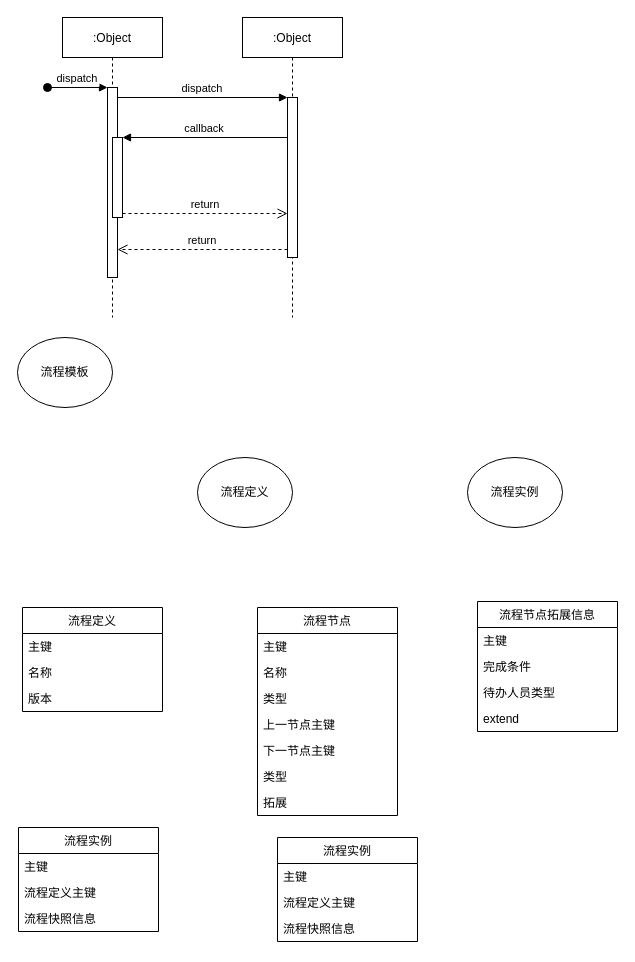
Before: 工作流.drawio in zzuklj/draw-io-respository, a draw.io diagram. Source tidied: cells renumbered, new cells numbered last; positions are measured from the earlier drawing's top-left corner, leaving out a move shared by most shapes. Both pictures are drawn from the tidied source at 100%, with x=0, y=0 at pixel (17, 17).
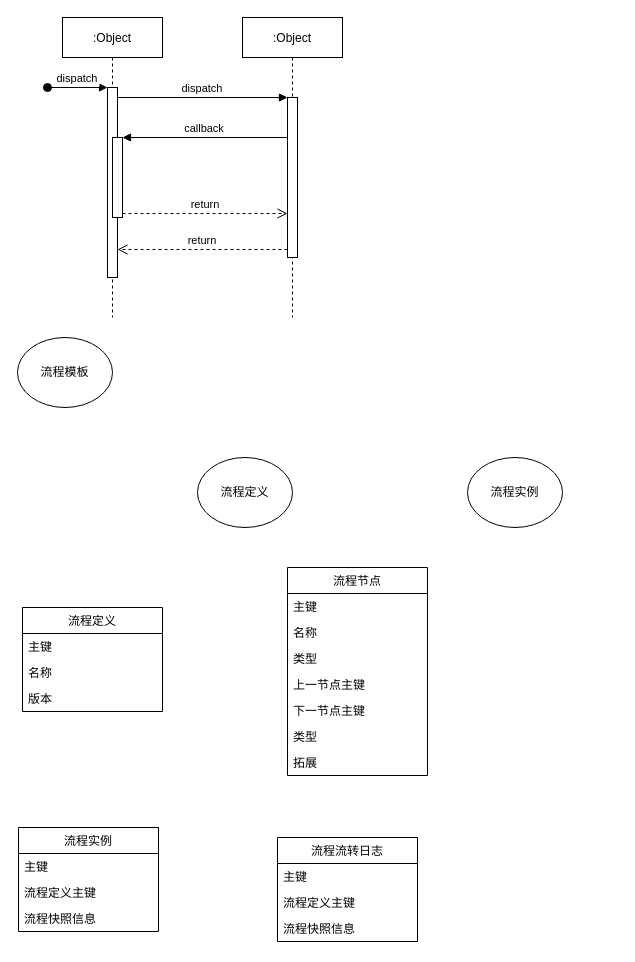
The same page after the edit.

Commit message:
更新工作流.drawio

What changed in the source:
```diff
@@
     <mxCell id="19" value="流程节点" style="swimlane;fontStyle=0;horizontal=1;startSize=26;fillColor=none;" parent="1" vertex="1">
-      <mxGeometry x="240" y="590" width="140" height="208" as="geometry" />
+      <mxGeometry x="270" y="550" width="140" height="208" as="geometry" />
     </mxCell>
@@
-    <mxCell id="27" value="流程节点拓展信息" style="swimlane;fontStyle=0;horizontal=1;startSize=26;fillColor=none;" parent="1" vertex="1">
-      <mxGeometry x="460" y="584" width="140" height="130" as="geometry" />
-    </mxCell>
-    <mxCell id="28" value="主键" style="text;strokeColor=none;fillColor=none;align=left;verticalAlign=top;spacingLeft=4;spacingRight=4;overflow=hidden;" parent="27" vertex="1">
-      <mxGeometry y="26" width="140" height="26" as="geometry" />
-    </mxCell>
-    <mxCell id="29" value="完成条件" style="text;strokeColor=none;fillColor=none;align=left;verticalAlign=top;spacingLeft=4;spacingRight=4;overflow=hidden;" parent="27" vertex="1">
-      <mxGeometry y="52" width="140" height="26" as="geometry" />
-    </mxCell>
-    <mxCell id="30" value="待办人员类型" style="text;strokeColor=none;fillColor=none;align=left;verticalAlign=top;spacingLeft=4;spacingRight=4;overflow=hidden;" parent="27" vertex="1">
-      <mxGeometry y="78" width="140" height="26" as="geometry" />
-    </mxCell>
-    <mxCell id="31" value="extend" style="text;strokeColor=none;fillColor=none;align=left;verticalAlign=top;spacingLeft=4;spacingRight=4;overflow=hidden;" parent="27" vertex="1">
-      <mxGeometry y="104" width="140" height="26" as="geometry" />
-    </mxCell>
@@
-    <mxCell id="36" value="流程实例" style="swimlane;fontStyle=0;horizontal=1;startSize=26;fillColor=none;" parent="1" vertex="1">
+    <mxCell id="36" value="流程流转日志" style="swimlane;fontStyle=0;horizontal=1;startSize=26;fillColor=none;" parent="1" vertex="1">
       <mxGeometry x="260" y="820" width="140" height="104" as="geometry" />
     </mxCell>
```
